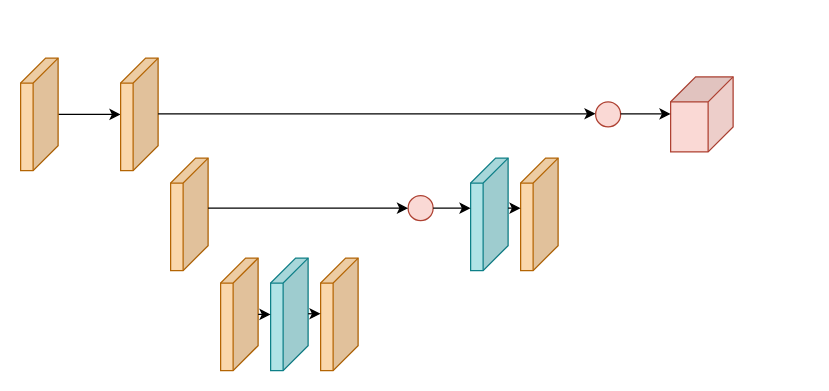
Above: 未命名绘图.drawio in bill20201015/learngit (draw.io), before the change. Source tidied: cells renumbered, new cells numbered last; positions are measured from the earlier drawing's top-left corner, leaving out a move shared by most shapes. Both pictures are drawn from the tidied source at 125%, with x=0, y=0 at pixel (20, 58).
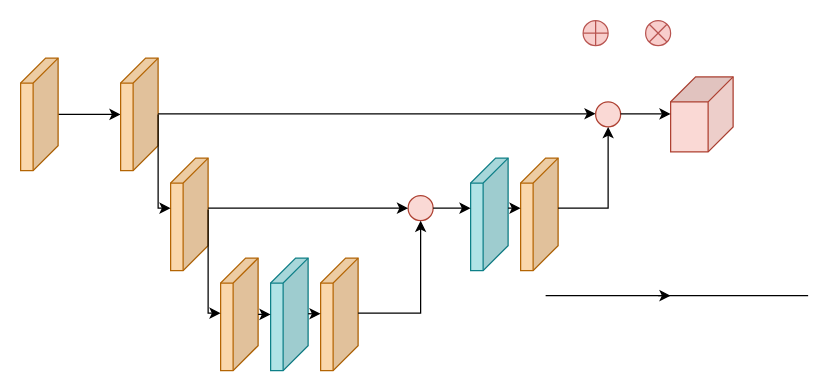
The same page after the edit.

What changed in the source:
```diff
@@
+    <mxCell id="21" style="endArrow=classic;html=1;rounded=0;" parent="1" edge="1">
+      <mxGeometry relative="1" as="geometry">
+        <mxPoint x="110" y="45" as="sourcePoint" />
+        <mxPoint x="120" y="120" as="targetPoint" />
+        <Array as="points">
+          <mxPoint x="110" y="120" />
+        </Array>
+      </mxGeometry>
+    </mxCell>
+    <mxCell id="22" style="endArrow=classic;html=1;rounded=0;" parent="1" edge="1">
+      <mxGeometry relative="1" as="geometry">
+        <mxPoint x="150" y="121" as="sourcePoint" />
+        <mxPoint x="160" y="204" as="targetPoint" />
+        <Array as="points">
+          <mxPoint x="150" y="204" />
+        </Array>
+      </mxGeometry>
+    </mxCell>
+    <mxCell id="23" style="endArrow=classic;html=1;rounded=0;" parent="1" edge="1">
+      <mxGeometry relative="1" as="geometry">
+        <mxPoint x="270" y="204" as="sourcePoint" />
+        <mxPoint x="320" y="130" as="targetPoint" />
+        <Array as="points">
+          <mxPoint x="320" y="204" />
+        </Array>
+      </mxGeometry>
+    </mxCell>
+    <mxCell id="24" style="endArrow=classic;html=1;rounded=0;" parent="1" edge="1">
+      <mxGeometry relative="1" as="geometry">
+        <mxPoint x="430" y="120" as="sourcePoint" />
+        <mxPoint x="470" y="55" as="targetPoint" />
+        <Array as="points">
+          <mxPoint x="470" y="120" />
+        </Array>
+      </mxGeometry>
+    </mxCell>
+    <mxCell id="25" style="shape=orEllipse;perimeter=ellipsePerimeter;whiteSpace=wrap;html=1;backgroundOutline=1;fillColor=#f8cecc;strokeColor=#b85450;" parent="1" vertex="1">
+      <mxGeometry x="450" y="-30" width="20" height="20" as="geometry" />
+    </mxCell>
+    <mxCell id="26" style="shape=sumEllipse;perimeter=ellipsePerimeter;whiteSpace=wrap;html=1;backgroundOutline=1;fillColor=#f8cecc;strokeColor=#b85450;" parent="1" vertex="1">
+      <mxGeometry x="500" y="-30" width="20" height="20" as="geometry" />
+    </mxCell>
+    <mxCell id="27" style="endArrow=classic;html=1;rounded=0;" parent="1" edge="1">
+      <mxGeometry relative="1" as="geometry">
+        <mxPoint x="420" y="190" as="sourcePoint" />
+        <mxPoint x="520" y="190" as="targetPoint" />
+      </mxGeometry>
+    </mxCell>
+    <mxCell id="28" style="endArrow=none;html=1;rounded=0;" parent="1" edge="1">
+      <mxGeometry relative="1" as="geometry">
+        <mxPoint x="510" y="190" as="sourcePoint" />
+        <mxPoint x="630" y="190" as="targetPoint" />
+      </mxGeometry>
+    </mxCell>
```
